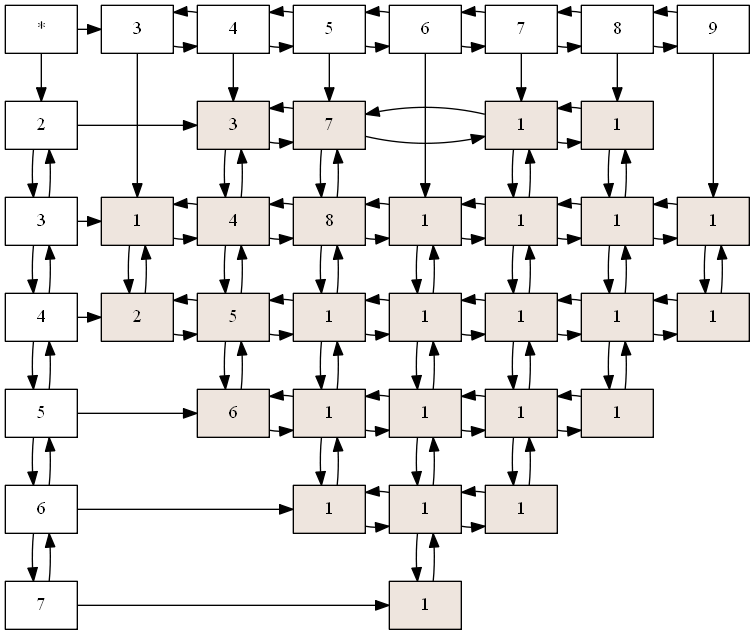
Above: Proyecto1/Matriz.png in Eduardo01004/EDD_2S2019_PY1_201612124 (Graphviz), before the change. Its source is kept beside it as Proyecto1/Matriz.dot.
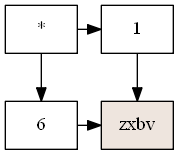
The same diagram one commit later.

What changed in the source:
```diff
@@ -1,170 +1,13 @@
 digraph G{
 node [shape = box]
 raiz[label="*"  group=1];
-12523024 [label="2" group = 1];
-12548720 [label="3" group = 1];
-12522904 [label="4" group = 1];
-12523224 [label="5" group = 1];
-12523456 [label="6" group = 1];
-12561832 [label="7" group = 1];
-12523024->12548720;
-12548720->12523024;
-12548720->12522904;
-12522904->12548720;
-12522904->12523224;
-12523224->12522904;
-12523224->12523456;
-12523456->12523224;
-12523456->12561832;
-12561832->12523456;
-12522496 [label="3" group = 5];
-12522992 [label="4" group = 6];
-12523312 [label="5" group = 7];
-12561576 [label="6" group = 8];
-12561920 [label="7" group = 9];
-12563040 [label="8" group = 10];
-12563072 [label="9" group = 11];
-12522496->12522992;
-12522992->12522496;
-12522992->12523312;
-12523312->12522992;
-12523312->12561576;
-12561576->12523312;
-12561576->12561920;
-12561920->12561576;
-12561920->12563040;
-12563040->12561920;
-12563040->12563072;
-12563072->12563040;
-raiz -> 12523024;
-raiz -> 12522496;
-{ rank  = same; raiz 12522496; 12522992; 12523312; 12561576; 12561920; 12563040; 12563072; }
-12522848 [style=filled,fillcolor=seashell2,label= "1" group = 5 ];
-12522936 [style=filled,fillcolor=seashell2,label= "2" group = 5 ];
-12523056 [style=filled,fillcolor=seashell2,label= "3" group = 6 ];
-12523112 [style=filled,fillcolor=seashell2,label= "4" group = 6 ];
-12523168 [style=filled,fillcolor=seashell2,label= "5" group = 6 ];
-12523256 [style=filled,fillcolor=seashell2,label= "6" group = 6 ];
-12523344 [style=filled,fillcolor=seashell2,label= "7" group = 7 ];
-12523400 [style=filled,fillcolor=seashell2,label= "8" group = 7 ];
-12561408 [style=filled,fillcolor=seashell2,label= "1" group = 7 ];
-12561464 [style=filled,fillcolor=seashell2,label= "1" group = 7 ];
-12561520 [style=filled,fillcolor=seashell2,label= "1" group = 7 ];
-12561608 [style=filled,fillcolor=seashell2,label= "1" group = 8 ];
-12561664 [style=filled,fillcolor=seashell2,label= "1" group = 8 ];
-12561720 [style=filled,fillcolor=seashell2,label= "1" group = 8 ];
-12561776 [style=filled,fillcolor=seashell2,label= "1" group = 8 ];
-12561864 [style=filled,fillcolor=seashell2,label= "1" group = 8 ];
-12561952 [style=filled,fillcolor=seashell2,label= "1" group = 9 ];
-12562440 [style=filled,fillcolor=seashell2,label= "1" group = 9 ];
-12562944 [style=filled,fillcolor=seashell2,label= "1" group = 9 ];
-12562496 [style=filled,fillcolor=seashell2,label= "1" group = 9 ];
-12562328 [style=filled,fillcolor=seashell2,label= "1" group = 9 ];
-12562552 [style=filled,fillcolor=seashell2,label= "1" group = 10 ];
-12562888 [style=filled,fillcolor=seashell2,label= "1" group = 10 ];
-12562832 [style=filled,fillcolor=seashell2,label= "1" group = 10 ];
-12562384 [style=filled,fillcolor=seashell2,label= "1" group = 10 ];
-12562048 [style=filled,fillcolor=seashell2,label= "1" group = 11 ];
-12562608 [style=filled,fillcolor=seashell2,label= "1" group = 11 ];
-12523024->12523056;
-12523056->12523344;
-12523344->12523056;
-12523344->12561952;
-12561952->12523344;
-12561952->12562552;
-12562552->12561952;
-{ rank = same; 12523024; 12523056; 12523344; 12561952; 12562552; }
-12548720->12522848;
-12522848->12523112;
-12523112->12522848;
-12523112->12523400;
-12523400->12523112;
-12523400->12561608;
-12561608->12523400;
-12561608->12562440;
-12562440->12561608;
-12562440->12562888;
-12562888->12562440;
-12562888->12562048;
-12562048->12562888;
-{ rank = same; 12548720; 12522848; 12523112; 12523400; 12561608; 12562440; 12562888; 12562048; }
-12522904->12522936;
-12522936->12523168;
-12523168->12522936;
-12523168->12561408;
-12561408->12523168;
-12561408->12561664;
-12561664->12561408;
-12561664->12562944;
-12562944->12561664;
-12562944->12562832;
-12562832->12562944;
-12562832->12562608;
-12562608->12562832;
-{ rank = same; 12522904; 12522936; 12523168; 12561408; 12561664; 12562944; 12562832; 12562608; }
-12523224->12523256;
-12523256->12561464;
-12561464->12523256;
-12561464->12561720;
-12561720->12561464;
-12561720->12562496;
-12562496->12561720;
-12562496->12562384;
-12562384->12562496;
-{ rank = same; 12523224; 12523256; 12561464; 12561720; 12562496; 12562384; }
-12523456->12561520;
-12561520->12561776;
-12561776->12561520;
-12561776->12562328;
-12562328->12561776;
-{ rank = same; 12523456; 12561520; 12561776; 12562328; }
-12561832->12561864;
-{ rank = same; 12561832; 12561864; }
-12522496->12522848;
-12522848->12522936;
-12522936->12522848;
-12522992->12523056;
-12523056->12523112;
-12523112->12523056;
-12523112->12523168;
-12523168->12523112;
-12523168->12523256;
-12523256->12523168;
-12523312->12523344;
-12523344->12523400;
-12523400->12523344;
-12523400->12561408;
-12561408->12523400;
-12561408->12561464;
-12561464->12561408;
-12561464->12561520;
-12561520->12561464;
-12561576->12561608;
-12561608->12561664;
-12561664->12561608;
-12561664->12561720;
-12561720->12561664;
-12561720->12561776;
-12561776->12561720;
-12561776->12561864;
-12561864->12561776;
-12561920->12561952;
-12561952->12562440;
-12562440->12561952;
-12562440->12562944;
-12562944->12562440;
-12562944->12562496;
-12562496->12562944;
-12562496->12562328;
-12562328->12562496;
-12563040->12562552;
-12562552->12562888;
-12562888->12562552;
-12562888->12562832;
-12562832->12562888;
-12562832->12562384;
-12562384->12562832;
-12563072->12562048;
-12562048->12562608;
-12562608->12562048;
+13113000 [label="6" group = 1];
+13112968 [label="1" group = 3];
+raiz -> 13113000;
+raiz -> 13112968;
+{ rank  = same; raiz 13112968; }
+13113032 [style=filled,fillcolor=seashell2,label= "zxbv" group = 3 ];
+13113000->13113032;
+{ rank = same; 13113000; 13113032; }
+13112968->13113032;
 }
```
